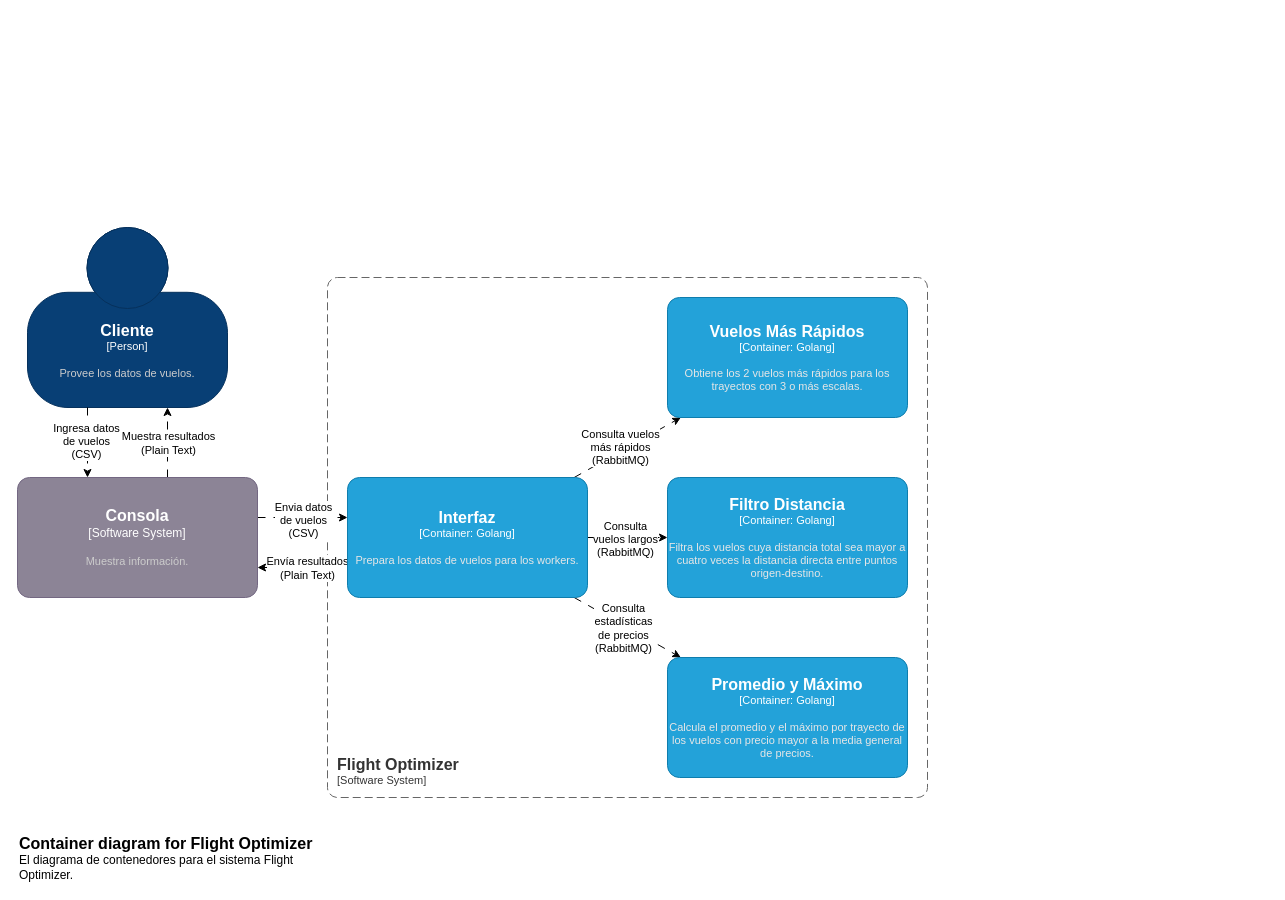
Earlier version of the draw.io diagram page "Capa2" (2 of 7) of docs/diagramas/C4model.drawio (FranciscoPereira987/tp1-distribuidos-grupo5). Source tidied: cells renumbered, new cells numbered last; positions are measured from the earlier drawing's top-left corner, leaving out a move shared by most shapes. Both pictures are drawn from the tidied source at 100%, with x=0, y=0 at pixel (17, 227).
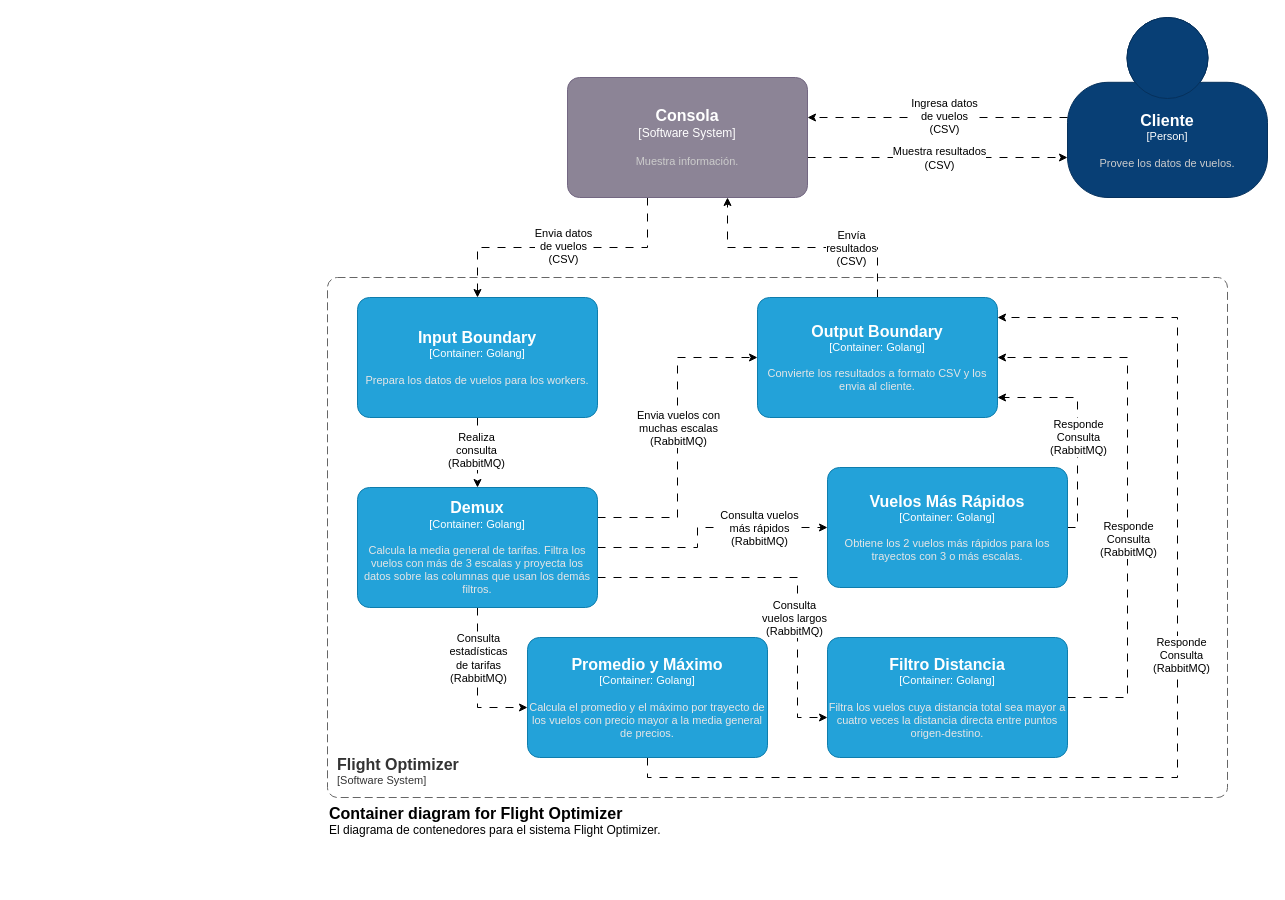
The same page after the edit.

Unchanged cells that the change refers to:
```xml
<mxCell id="10" style="rounded=0;jettySize=auto;html=1;dashed=1;dashPattern=8 8;" parent="1" edge="1" source="14" target="15">
  <mxGeometry relative="1" as="geometry" />
</mxCell>
```

Change to the diagram source:
```diff
@@
     <object id="2" label="&lt;font style=&quot;font-size: 16px&quot;&gt;&lt;b&gt;&lt;div style=&quot;text-align: left&quot;&gt;%c4Name%&lt;/div&gt;&lt;/b&gt;&lt;/font&gt;&lt;div style=&quot;text-align: left&quot;&gt;[%c4Application%]&lt;/div&gt;" c4Application="Software System" c4Name="Flight Optimizer" placeholders="1">
       <mxCell style="rounded=1;fontSize=11;whiteSpace=wrap;html=1;dashed=1;arcSize=20;fillColor=none;strokeColor=#666666;fontColor=#333333;labelBackgroundColor=none;align=left;verticalAlign=bottom;labelBorderColor=none;spacingTop=0;spacing=10;dashPattern=8 4;perimeter=rectanglePerimeter;noLabel=0;labelPadding=0;absoluteArcSize=1;" parent="1" vertex="1">
-        <mxGeometry x="310" y="50" width="600" height="520" as="geometry" />
+        <mxGeometry x="310" y="50" width="900" height="520" as="geometry" />
       </mxCell>
     </object>
     <mxCell id="3" style="edgeStyle=orthogonalEdgeStyle;rounded=0;jettySize=auto;html=1;dashed=1;dashPattern=8 8;" parent="1" edge="1" source="23" target="14">
       <mxGeometry relative="1" as="geometry">
         <Array as="points">
-          <mxPoint x="290" y="290" />
-          <mxPoint x="290" y="290" />
+          <mxPoint x="630" y="20" />
+          <mxPoint x="460" y="20" />
         </Array>
       </mxGeometry>
     </mxCell>
@@
     <object id="5" label="&lt;font style=&quot;font-size: 16px&quot;&gt;&lt;b&gt;%c4Name%&lt;/b&gt;&lt;/font&gt;&lt;div&gt;[%c4Type%]&lt;/div&gt;&lt;br&gt;&lt;div&gt;&lt;font style=&quot;font-size: 11px&quot;&gt;&lt;font color=&quot;#cccccc&quot;&gt;%c4Description%&lt;/font&gt;&lt;/div&gt;" c4Description="Provee los datos de vuelos." c4Name="Cliente" c4Type="Person" placeholders="1">
       <mxCell style="html=1;fontSize=11;dashed=0;whiteSpace=wrap;fillColor=#083F75;strokeColor=#06315C;fontColor=#ffffff;shape=mxgraph.c4.person2;align=center;points=[[0.5,0,0],[1,0.5,0],[1,0.75,0],[0.75,1,0],[0.5,1,0],[0.25,1,0],[0,0.75,0],[0,0.5,0]];" parent="1" vertex="1">
-        <mxGeometry x="10" width="200" height="180" as="geometry" />
+        <mxGeometry x="1050" y="-210" width="200" height="180" as="geometry" />
       </mxCell>
     </object>
-    <mxCell id="6" style="rounded=0;jettySize=auto;html=1;dashed=1;dashPattern=8 8;" parent="1" edge="1" source="14" target="17">
-      <mxGeometry relative="1" as="geometry" />
+    <mxCell id="6" style="rounded=0;jettySize=auto;html=1;dashed=1;dashPattern=8 8;edgeStyle=orthogonalEdgeStyle;" parent="1" edge="1" source="15" target="32">
+      <mxGeometry relative="1" as="geometry">
+        <Array as="points">
+          <mxPoint x="660" y="290" />
+          <mxPoint x="660" y="130" />
+        </Array>
+      </mxGeometry>
     </mxCell>
-    <mxCell id="7" value="&lt;div&gt;Consulta vuelos&lt;/div&gt;&lt;div&gt;más rápidos&lt;/div&gt;&lt;div&gt;(RabbitMQ)&lt;br&gt;&lt;/div&gt;" style="edgeLabel;html=1;align=center;verticalAlign=middle;" parent="6" vertex="1">
-      <mxGeometry x="-0.1" y="4" relative="1" as="geometry" />
+    <mxCell id="7" value="&lt;div&gt;Envia vuelos con&lt;/div&gt;&lt;div&gt;muchas escalas&lt;br&gt;&lt;/div&gt;&lt;div&gt;(RabbitMQ)&lt;br&gt;&lt;/div&gt;" style="edgeLabel;html=1;align=center;verticalAlign=middle;" parent="6" vertex="1">
+      <mxGeometry x="-0.1" y="4" relative="1" as="geometry">
+        <mxPoint x="4" y="-26" as="offset" />
+      </mxGeometry>
     </mxCell>
-    <mxCell id="8" style="rounded=0;jettySize=auto;html=1;dashed=1;dashPattern=8 8;" parent="1" edge="1" source="14" target="16">
-      <mxGeometry relative="1" as="geometry" />
+    <mxCell id="8" style="rounded=0;jettySize=auto;html=1;dashed=1;dashPattern=8 8;edgeStyle=orthogonalEdgeStyle;" parent="1" edge="1" source="15" target="16">
+      <mxGeometry relative="1" as="geometry">
+        <Array as="points">
+          <mxPoint x="780" y="350" />
+          <mxPoint x="780" y="490" />
+        </Array>
+      </mxGeometry>
     </mxCell>
     <mxCell id="9" value="&lt;div&gt;Consulta&lt;/div&gt;&lt;div&gt;vuelos largos&lt;br&gt;&lt;/div&gt;&lt;div&gt;(RabbitMQ)&lt;br&gt;&lt;/div&gt;" style="edgeLabel;html=1;align=center;verticalAlign=middle;" parent="8" vertex="1">
       <mxGeometry x="-0.08" relative="1" as="geometry">
-        <mxPoint y="1" as="offset" />
+        <mxPoint x="26" y="40" as="offset" />
       </mxGeometry>
     </mxCell>
@@
-    <mxCell id="11" value="&lt;div&gt;Consulta&lt;/div&gt;&lt;div&gt;estadísticas&lt;/div&gt;&lt;div&gt;de precios&lt;br&gt;&lt;/div&gt;&lt;div&gt;(RabbitMQ)&lt;br&gt;&lt;/div&gt;" style="edgeLabel;html=1;align=center;verticalAlign=middle;" parent="10" vertex="1">
+    <mxCell id="11" value="&lt;div&gt;Realiza&lt;/div&gt;&lt;div&gt;consulta&lt;/div&gt;&lt;div&gt;(RabbitMQ)&lt;br&gt;&lt;/div&gt;" style="edgeLabel;html=1;align=center;verticalAlign=middle;" parent="10" vertex="1">
       <mxGeometry x="-0.09" y="-3" relative="1" as="geometry">
         <mxPoint x="1" as="offset" />
       </mxGeometry>
     </mxCell>
-    <mxCell id="12" style="edgeStyle=orthogonalEdgeStyle;rounded=0;jettySize=auto;html=1;dashed=1;dashPattern=8 8;" parent="1" edge="1" source="14" target="23">
+    <mxCell id="12" style="edgeStyle=orthogonalEdgeStyle;rounded=0;jettySize=auto;html=1;dashed=1;dashPattern=8 8;" parent="1" edge="1" source="32" target="23">
       <mxGeometry relative="1" as="geometry">
         <Array as="points">
-          <mxPoint x="290" y="340" />
-          <mxPoint x="290" y="340" />
+          <mxPoint x="860" y="20" />
+          <mxPoint x="710" y="20" />
         </Array>
       </mxGeometry>
     </mxCell>
-    <mxCell id="13" value="&lt;div&gt;Envía resultados&lt;/div&gt;&lt;div&gt;(Plain Text)&lt;br&gt;&lt;/div&gt;" style="edgeLabel;html=1;align=center;verticalAlign=middle;" parent="12" vertex="1">
+    <mxCell id="13" value="&lt;div&gt;Envía&lt;/div&gt;&lt;div&gt;resultados&lt;/div&gt;&lt;div&gt;(CSV)&lt;br&gt;&lt;/div&gt;" style="edgeLabel;html=1;align=center;verticalAlign=middle;" parent="12" vertex="1">
       <mxGeometry x="-0.54" relative="1" as="geometry">
         <mxPoint x="-20" as="offset" />
       </mxGeometry>
     </mxCell>
-    <object id="14" label="&lt;font style=&quot;font-size: 16px&quot;&gt;&lt;b&gt;%c4Name%&lt;/b&gt;&lt;/font&gt;&lt;div&gt;[%c4Type%: %c4Technology%]&lt;/div&gt;&lt;br&gt;&lt;div&gt;&lt;font style=&quot;font-size: 11px&quot;&gt;&lt;font color=&quot;#E6E6E6&quot;&gt;%c4Description%&lt;/font&gt;&lt;/div&gt;" c4Description="Prepara los datos de vuelos para los workers." c4Name="Interfaz" c4Technology="Golang" c4Type="Container" placeholders="1">
+    <object id="14" label="&lt;font style=&quot;font-size: 16px&quot;&gt;&lt;b&gt;%c4Name%&lt;/b&gt;&lt;/font&gt;&lt;div&gt;[%c4Type%: %c4Technology%]&lt;/div&gt;&lt;br&gt;&lt;div&gt;&lt;font style=&quot;font-size: 11px&quot;&gt;&lt;font color=&quot;#E6E6E6&quot;&gt;%c4Description%&lt;/font&gt;&lt;/div&gt;" c4Description="Prepara los datos de vuelos para los workers." c4Name="Input Boundary" c4Technology="Golang" c4Type="Container" placeholders="1">
       <mxCell style="rounded=1;whiteSpace=wrap;html=1;fontSize=11;labelBackgroundColor=none;fillColor=#23A2D9;fontColor=#ffffff;align=center;arcSize=10;strokeColor=#0E7DAD;points=[[0.25,0,0],[0.5,0,0],[0.75,0,0],[1,0.25,0],[1,0.5,0],[1,0.75,0],[0.75,1,0],[0.5,1,0],[0.25,1,0],[0,0.75,0],[0,0.5,0],[0,0.25,0]];" parent="1" vertex="1">
-        <mxGeometry x="330" y="250" width="240" height="120" as="geometry" />
+        <mxGeometry x="340" y="70" width="240" height="120" as="geometry" />
       </mxCell>
     </object>
+    <mxCell id="24" style="edgeStyle=orthogonalEdgeStyle;rounded=0;jettySize=auto;html=1;dashed=1;dashPattern=8 8;" parent="1" edge="1" source="15" target="35">
+      <mxGeometry relative="1" as="geometry">
+        <Array as="points">
+          <mxPoint x="460" y="480" />
+        </Array>
+      </mxGeometry>
+    </mxCell>
+    <mxCell id="25" value="&lt;div&gt;Consulta&lt;/div&gt;&lt;div&gt;estadísticas&lt;/div&gt;&lt;div&gt;de tarifas&lt;br&gt;&lt;/div&gt;&lt;div&gt;(RabbitMQ)&lt;br&gt;&lt;/div&gt;" style="edgeLabel;html=1;align=center;verticalAlign=middle;" parent="24" vertex="1">
+      <mxGeometry x="0.03" y="-1" relative="1" as="geometry">
+        <mxPoint x="1" y="-27" as="offset" />
+      </mxGeometry>
+    </mxCell>
+    <mxCell id="26" style="edgeStyle=orthogonalEdgeStyle;rounded=0;jettySize=auto;html=1;dashed=1;dashPattern=8 8;" parent="1" edge="1" source="17" target="32">
+      <mxGeometry relative="1" as="geometry">
+        <Array as="points">
+          <mxPoint x="1060" y="170" />
+        </Array>
+      </mxGeometry>
+    </mxCell>
+    <mxCell id="27" value="&lt;div&gt;Responde&lt;/div&gt;&lt;div&gt;Consulta&lt;/div&gt;&lt;div&gt;(RabbitMQ)&lt;br&gt;&lt;/div&gt;" style="edgeLabel;html=1;align=center;verticalAlign=middle;" parent="26" vertex="1">
+      <mxGeometry x="-0.14" relative="1" as="geometry">
+        <mxPoint y="-6" as="offset" />
+      </mxGeometry>
+    </mxCell>
+    <mxCell id="28" style="edgeStyle=orthogonalEdgeStyle;rounded=0;jettySize=auto;html=1;dashed=1;dashPattern=8 8;" parent="1" edge="1" source="15" target="17">
+      <mxGeometry relative="1" as="geometry">
+        <Array as="points">
+          <mxPoint x="680" y="320" />
+          <mxPoint x="680" y="300" />
+        </Array>
+      </mxGeometry>
+    </mxCell>
+    <mxCell id="29" value="&lt;div&gt;Consulta vuelos&lt;/div&gt;&lt;div&gt;más rápidos&lt;/div&gt;&lt;div&gt;(RabbitMQ)&lt;br&gt;&lt;/div&gt;" style="edgeLabel;html=1;align=center;verticalAlign=middle;" parent="28" vertex="1">
+      <mxGeometry x="0.1" y="-1" relative="1" as="geometry">
+        <mxPoint x="43" y="-1" as="offset" />
+      </mxGeometry>
+    </mxCell>
-    <object id="15" label="&lt;font style=&quot;font-size: 16px&quot;&gt;&lt;b&gt;%c4Name%&lt;/b&gt;&lt;/font&gt;&lt;div&gt;[%c4Type%: %c4Technology%]&lt;/div&gt;&lt;br&gt;&lt;div&gt;&lt;font style=&quot;font-size: 11px&quot;&gt;&lt;font color=&quot;#E6E6E6&quot;&gt;%c4Description%&lt;/font&gt;&lt;/div&gt;" c4Description="Calcula el promedio y el máximo por trayecto de los vuelos con precio mayor a la media general de precios." c4Name="Promedio y Máximo" c4Technology="Golang" c4Type="Container" placeholders="1">
+    <object id="15" label="&lt;font style=&quot;font-size: 16px&quot;&gt;&lt;b&gt;%c4Name%&lt;/b&gt;&lt;/font&gt;&lt;div&gt;[%c4Type%: %c4Technology%]&lt;/div&gt;&lt;br&gt;&lt;div&gt;&lt;font style=&quot;font-size: 11px&quot;&gt;&lt;font color=&quot;#E6E6E6&quot;&gt;%c4Description%&lt;/font&gt;&lt;/div&gt;" c4Description="Calcula la media general de tarifas. Filtra los vuelos con más de 3 escalas y proyecta los datos sobre las columnas que usan los demás filtros." c4Name="Demux" c4Technology="Golang" c4Type="Container" placeholders="1">
       <mxCell style="rounded=1;whiteSpace=wrap;html=1;fontSize=11;labelBackgroundColor=none;fillColor=#23A2D9;fontColor=#ffffff;align=center;arcSize=10;strokeColor=#0E7DAD;points=[[0.25,0,0],[0.5,0,0],[0.75,0,0],[1,0.25,0],[1,0.5,0],[1,0.75,0],[0.75,1,0],[0.5,1,0],[0.25,1,0],[0,0.75,0],[0,0.5,0],[0,0.25,0]];" parent="1" vertex="1">
-        <mxGeometry x="650" y="430" width="240" height="120" as="geometry" />
+        <mxGeometry x="340" y="260" width="240" height="120" as="geometry" />
       </mxCell>
     </object>
+    <mxCell id="30" style="edgeStyle=orthogonalEdgeStyle;rounded=0;jettySize=auto;html=1;dashed=1;dashPattern=8 8;" parent="1" edge="1" source="16" target="32">
+      <mxGeometry relative="1" as="geometry">
+        <Array as="points">
+          <mxPoint x="1110" y="470" />
+          <mxPoint x="1110" y="130" />
+        </Array>
+      </mxGeometry>
+    </mxCell>
+    <mxCell id="31" value="&lt;div&gt;Responde&lt;/div&gt;&lt;div&gt;Consulta&lt;/div&gt;&lt;div&gt;(RabbitMQ)&lt;br&gt;&lt;/div&gt;" style="edgeLabel;html=1;align=center;verticalAlign=middle;" parent="30" vertex="1">
+      <mxGeometry x="-0.2" y="1" relative="1" as="geometry">
+        <mxPoint x="1" y="-7" as="offset" />
+      </mxGeometry>
+    </mxCell>
     <object id="16" label="&lt;font style=&quot;font-size: 16px&quot;&gt;&lt;b&gt;%c4Name%&lt;/b&gt;&lt;/font&gt;&lt;div&gt;[%c4Type%: %c4Technology%]&lt;/div&gt;&lt;br&gt;&lt;div&gt;&lt;font style=&quot;font-size: 11px&quot;&gt;&lt;font color=&quot;#E6E6E6&quot;&gt;%c4Description%&lt;/font&gt;&lt;/div&gt;" c4Description="Filtra los vuelos cuya distancia total sea mayor a cuatro veces la distancia directa entre puntos origen-destino." c4Name="Filtro Distancia" c4Technology="Golang" c4Type="Container" placeholders="1">
       <mxCell style="rounded=1;whiteSpace=wrap;html=1;fontSize=11;labelBackgroundColor=none;fillColor=#23A2D9;fontColor=#ffffff;align=center;arcSize=10;strokeColor=#0E7DAD;points=[[0.25,0,0],[0.5,0,0],[0.75,0,0],[1,0.25,0],[1,0.5,0],[1,0.75,0],[0.75,1,0],[0.5,1,0],[0.25,1,0],[0,0.75,0],[0,0.5,0],[0,0.25,0]];" parent="1" vertex="1">
-        <mxGeometry x="650" y="250" width="240" height="120" as="geometry" />
+        <mxGeometry x="810" y="410" width="240" height="120" as="geometry" />
       </mxCell>
     </object>
     <object id="17" label="&lt;font style=&quot;font-size: 16px&quot;&gt;&lt;b&gt;%c4Name%&lt;/b&gt;&lt;/font&gt;&lt;div&gt;[%c4Type%: %c4Technology%]&lt;/div&gt;&lt;br&gt;&lt;div&gt;&lt;font style=&quot;font-size: 11px&quot;&gt;&lt;font color=&quot;#E6E6E6&quot;&gt;%c4Description%&lt;/font&gt;&lt;/div&gt;" c4Description="Obtiene los 2 vuelos más rápidos para los trayectos con 3 o más escalas." c4Name="Vuelos Más Rápidos" c4Technology="Golang" c4Type="Container" placeholders="1">
       <mxCell style="rounded=1;whiteSpace=wrap;html=1;fontSize=11;labelBackgroundColor=none;fillColor=#23A2D9;fontColor=#ffffff;align=center;arcSize=10;strokeColor=#0E7DAD;points=[[0.25,0,0],[0.5,0,0],[0.75,0,0],[1,0.25,0],[1,0.5,0],[1,0.75,0],[0.75,1,0],[0.5,1,0],[0.25,1,0],[0,0.75,0],[0,0.5,0],[0,0.25,0]];" parent="1" vertex="1">
-        <mxGeometry x="650" y="70" width="240" height="120" as="geometry" />
+        <mxGeometry x="810" y="240" width="240" height="120" as="geometry" />
       </mxCell>
     </object>
     <mxCell id="18" style="edgeStyle=orthogonalEdgeStyle;rounded=0;jettySize=auto;html=1;dashed=1;dashPattern=8 8;" parent="1" edge="1" source="23" target="5">
       <mxGeometry relative="1" as="geometry">
         <Array as="points">
-          <mxPoint x="150" y="220" />
-          <mxPoint x="150" y="220" />
+          <mxPoint x="870" y="-70" />
+          <mxPoint x="870" y="-70" />
         </Array>
       </mxGeometry>
     </mxCell>
-    <mxCell id="19" value="&lt;div&gt;Muestra resultados&lt;/div&gt;&lt;div&gt;(Plain Text)&lt;br&gt;&lt;/div&gt;" style="edgeLabel;html=1;align=center;verticalAlign=middle;" parent="18" vertex="1">
+    <mxCell id="19" value="&lt;div&gt;Muestra resultados&lt;/div&gt;&lt;div&gt;(CSV)&lt;br&gt;&lt;/div&gt;" style="edgeLabel;html=1;align=center;verticalAlign=middle;" parent="18" vertex="1">
       <mxGeometry x="0.01" relative="1" as="geometry" />
     </mxCell>
     <object id="20" label="&lt;font style=&quot;font-size: 16px&quot;&gt;&lt;b&gt;&lt;div style=&quot;text-align: left&quot;&gt;%c4Name%&lt;/div&gt;&lt;/b&gt;&lt;/font&gt;&lt;div style=&quot;text-align: left&quot;&gt;%c4Description%&lt;/div&gt;" c4Description="El diagrama de contenedores para el sistema Flight Optimizer." c4Name="Container diagram for Flight Optimizer" placeholders="1">
       <mxCell style="text;html=1;strokeColor=none;fillColor=none;align=left;verticalAlign=top;whiteSpace=wrap;rounded=0;" parent="1" vertex="1">
-        <mxGeometry y="600" width="320" height="50" as="geometry" />
+        <mxGeometry x="310" y="570" width="360" height="50" as="geometry" />
       </mxCell>
     </object>
     <mxCell id="21" style="edgeStyle=orthogonalEdgeStyle;rounded=0;jettySize=auto;html=1;dashed=1;dashPattern=8 8;" parent="1" edge="1" source="5" target="23">
       <mxGeometry relative="1" as="geometry">
         <Array as="points">
-          <mxPoint x="70" y="220" />
-          <mxPoint x="70" y="220" />
+          <mxPoint x="930" y="-110" />
+          <mxPoint x="930" y="-110" />
         </Array>
       </mxGeometry>
     </mxCell>
@@
     <object id="23" label="&lt;font style=&quot;font-size: 16px&quot;&gt;&lt;b&gt;%c4Name%&lt;/b&gt;&lt;/font&gt;&lt;div&gt;[%c4Type%]&lt;/div&gt;&lt;br&gt;&lt;div&gt;&lt;font style=&quot;font-size: 11px&quot;&gt;&lt;font color=&quot;#cccccc&quot;&gt;%c4Description%&lt;/font&gt;&lt;/div&gt;" c4Description="Muestra información." c4Name="Consola" c4Type="Software System" placeholders="1">
       <mxCell style="rounded=1;whiteSpace=wrap;html=1;labelBackgroundColor=none;fillColor=#8C8496;fontColor=#ffffff;align=center;arcSize=10;strokeColor=#736782;points=[[0.25,0,0],[0.5,0,0],[0.75,0,0],[1,0.25,0],[1,0.5,0],[1,0.75,0],[0.75,1,0],[0.5,1,0],[0.25,1,0],[0,0.75,0],[0,0.5,0],[0,0.25,0]];" parent="1" vertex="1">
-        <mxGeometry y="250" width="240" height="120" as="geometry" />
+        <mxGeometry x="550" y="-150" width="240" height="120" as="geometry" />
       </mxCell>
     </object>
+    <object id="32" label="&lt;font style=&quot;font-size: 16px&quot;&gt;&lt;b&gt;%c4Name%&lt;/b&gt;&lt;/font&gt;&lt;div&gt;[%c4Type%: %c4Technology%]&lt;/div&gt;&lt;br&gt;&lt;div&gt;&lt;font style=&quot;font-size: 11px&quot;&gt;&lt;font color=&quot;#E6E6E6&quot;&gt;%c4Description%&lt;/font&gt;&lt;/div&gt;" c4Description="Convierte los resultados a formato CSV y los envia al cliente." c4Name="Output Boundary" c4Technology="Golang" c4Type="Container" placeholders="1">
+      <mxCell style="rounded=1;whiteSpace=wrap;html=1;fontSize=11;labelBackgroundColor=none;fillColor=#23A2D9;fontColor=#ffffff;align=center;arcSize=10;strokeColor=#0E7DAD;points=[[0.25,0,0],[0.5,0,0],[0.75,0,0],[1,0.25,0],[1,0.5,0],[1,0.75,0],[0.75,1,0],[0.5,1,0],[0.25,1,0],[0,0.75,0],[0,0.5,0],[0,0.25,0]];" parent="1" vertex="1">
+        <mxGeometry x="740" y="70" width="240" height="120" as="geometry" />
+      </mxCell>
+    </object>
+    <mxCell id="33" style="edgeStyle=orthogonalEdgeStyle;rounded=0;jettySize=auto;html=1;dashed=1;dashPattern=8 8;" parent="1" edge="1" source="35" target="32">
+      <mxGeometry relative="1" as="geometry">
+        <Array as="points">
+          <mxPoint x="630" y="550" />
+          <mxPoint x="1160" y="550" />
+          <mxPoint x="1160" y="90" />
+        </Array>
+      </mxGeometry>
+    </mxCell>
+    <mxCell id="34" value="&lt;div&gt;Responde&lt;/div&gt;&lt;div&gt;Consulta&lt;/div&gt;&lt;div&gt;(RabbitMQ)&lt;br&gt;&lt;/div&gt;" style="edgeLabel;html=1;align=center;verticalAlign=middle;" parent="33" vertex="1">
+      <mxGeometry x="0.46" y="-3" relative="1" as="geometry">
+        <mxPoint y="196" as="offset" />
+      </mxGeometry>
+    </mxCell>
+    <object id="35" label="&lt;font style=&quot;font-size: 16px&quot;&gt;&lt;b&gt;%c4Name%&lt;/b&gt;&lt;/font&gt;&lt;div&gt;[%c4Type%: %c4Technology%]&lt;/div&gt;&lt;br&gt;&lt;div&gt;&lt;font style=&quot;font-size: 11px&quot;&gt;&lt;font color=&quot;#E6E6E6&quot;&gt;%c4Description%&lt;/font&gt;&lt;/div&gt;" c4Description="Calcula el promedio y el máximo por trayecto de los vuelos con precio mayor a la media general de precios." c4Name="Promedio y Máximo" c4Technology="Golang" c4Type="Container" placeholders="1">
+      <mxCell style="rounded=1;whiteSpace=wrap;html=1;fontSize=11;labelBackgroundColor=none;fillColor=#23A2D9;fontColor=#ffffff;align=center;arcSize=10;strokeColor=#0E7DAD;points=[[0.25,0,0],[0.5,0,0],[0.75,0,0],[1,0.25,0],[1,0.5,0],[1,0.75,0],[0.75,1,0],[0.5,1,0],[0.25,1,0],[0,0.75,0],[0,0.5,0],[0,0.25,0]];" parent="1" vertex="1">
+        <mxGeometry x="510" y="410" width="240" height="120" as="geometry" />
+      </mxCell>
+    </object>
```
